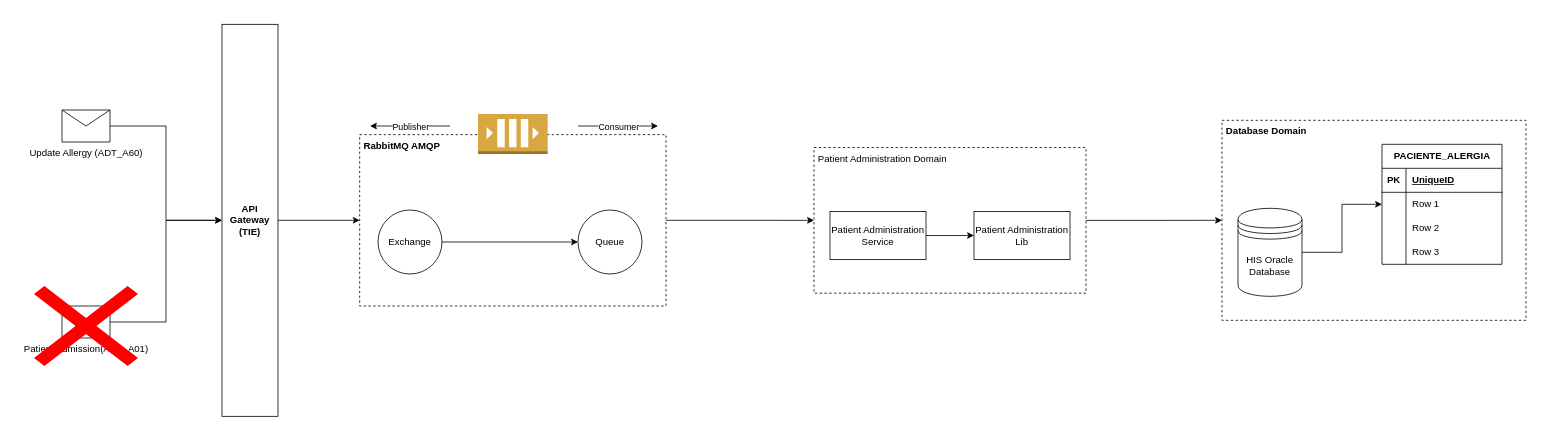
Before: PoC Allergy architecture.drawio in ez-philips/draw_io_diagrams, a draw.io diagram. Source tidied: cells renumbered, new cells numbered last; positions are measured from the earlier drawing's top-left corner, leaving out a move shared by most shapes. Both pictures are drawn from the tidied source at 80%, with x=0, y=0 at pixel (34, 24).
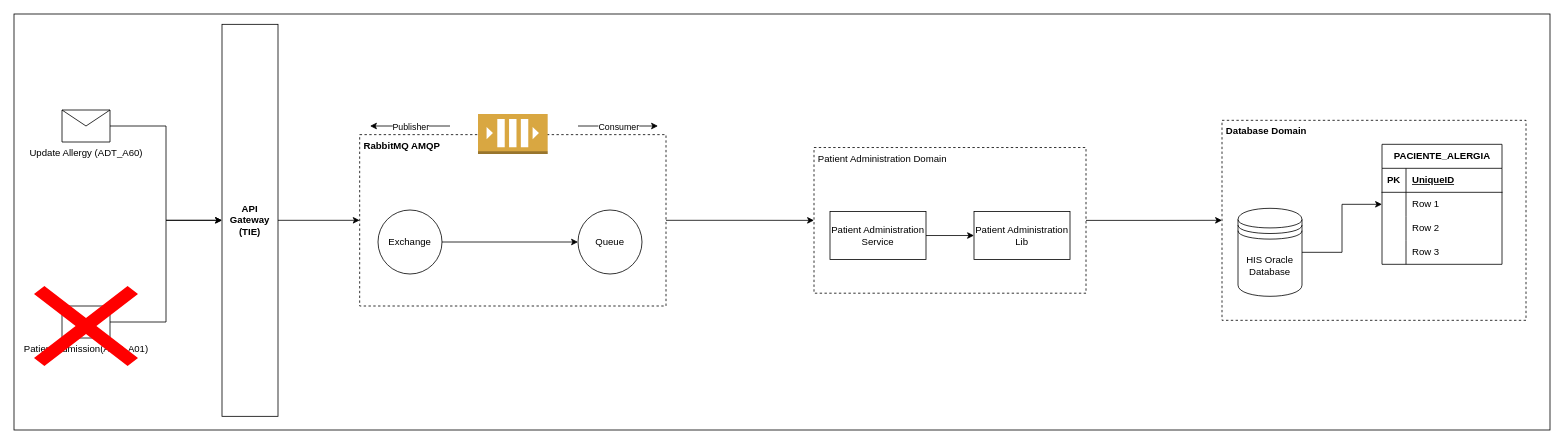
After the change.

The edit, as a diff of the source:
```diff
@@
+    <mxCell id="42" style="rounded=0;whiteSpace=wrap;html=1;" parent="1" vertex="1">
+      <mxGeometry x="-25" y="-13" width="1920" height="520" as="geometry" />
+    </mxCell>
```
